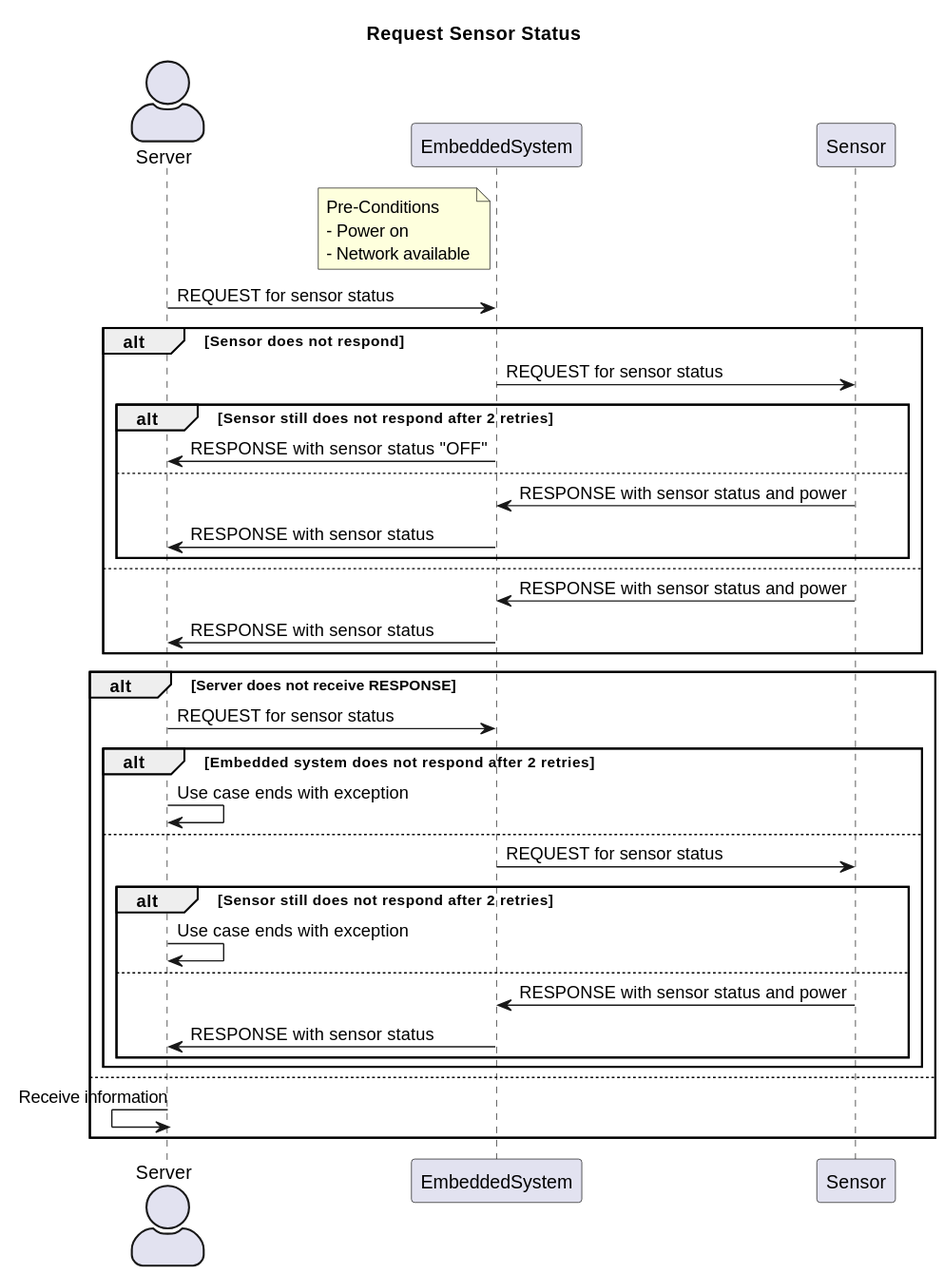
This is project/RA/UseCasePack/SequenceDiagram/RequestSensorStatus.svg from DSD-PIrates/DSD-PIrates.github.io, a PlantUML export, as it was before one commit. The source it was exported from:
```plantuml
@startuml
title Request Sensor Status
skinparam actorStyle awesome
actor Server
participant EmbeddedSystem
participant Sensor

note left of EmbeddedSystem: Pre-Conditions\n- Power on\n- Network available

Server -> EmbeddedSystem: REQUEST for sensor status

alt Sensor does not respond
    EmbeddedSystem -> Sensor: REQUEST for sensor status
    alt Sensor still does not respond after 2 retries
        EmbeddedSystem -> Server: RESPONSE with sensor status "OFF"
    else
        Sensor -> EmbeddedSystem: RESPONSE with sensor status and power
        EmbeddedSystem -> Server: RESPONSE with sensor status
    end
else
    Sensor -> EmbeddedSystem: RESPONSE with sensor status and power
    EmbeddedSystem -> Server: RESPONSE with sensor status
end

alt Server does not receive RESPONSE
    Server -> EmbeddedSystem: REQUEST for sensor status
    alt Embedded system does not respond after 2 retries
        Server -> Server: Use case ends with exception
    else
        EmbeddedSystem -> Sensor: REQUEST for sensor status
        alt Sensor still does not respond after 2 retries
            Server -> Server: Use case ends with exception
        else
            Sensor -> EmbeddedSystem: RESPONSE with sensor status and power
            EmbeddedSystem -> Server: RESPONSE with sensor status
        end
    end
else
    Server <- Server: Receive information
end
@enduml
```
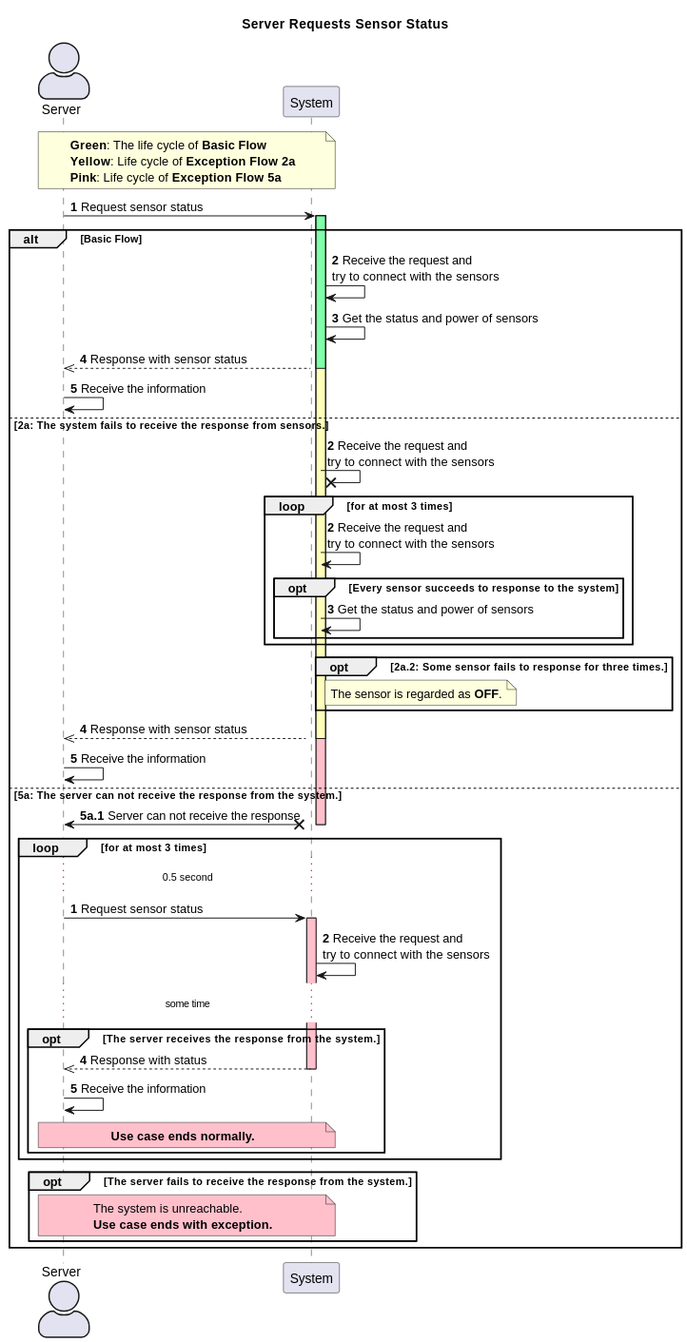
The same diagram one commit later.

The edit, as a diff of the source:
```diff
@@ -1,41 +1,68 @@
 @startuml
-title Request Sensor Status
+title Server Requests Sensor Status
 skinparam actorStyle awesome
 actor Server
-participant EmbeddedSystem
-participant Sensor
+participant System
+note over Server, System
+    **Green**: The life cycle of **Basic Flow**
+    **Yellow**: Life cycle of **Exception Flow 2a**
+    **Pink**: Life cycle of **Exception Flow 5a**
+end note
+Server -> System: **1** Request sensor status
+activate System #PINK
+activate System #FFB
+activate System #7FFFAA
 
-note left of EmbeddedSystem: Pre-Conditions\n- Power on\n- Network available
 
-Server -> EmbeddedSystem: REQUEST for sensor status
+alt Basic Flow
+    System -> System: **2** Receive the request and \ntry to connect with the sensors
 
-alt Sensor does not respond
-    EmbeddedSystem -> Sensor: REQUEST for sensor status
-    alt Sensor still does not respond after 2 retries
-        EmbeddedSystem -> Server: RESPONSE with sensor status "OFF"
-    else
-        Sensor -> EmbeddedSystem: RESPONSE with sensor status and power
-        EmbeddedSystem -> Server: RESPONSE with sensor status
-    end
-else
-    Sensor -> EmbeddedSystem: RESPONSE with sensor status and power
-    EmbeddedSystem -> Server: RESPONSE with sensor status
-end
+    System -> System: **3** Get the status and power of sensors
 
-alt Server does not receive RESPONSE
-    Server -> EmbeddedSystem: REQUEST for sensor status
-    alt Embedded system does not respond after 2 retries
-        Server -> Server: Use case ends with exception
-    else
-        EmbeddedSystem -> Sensor: REQUEST for sensor status
-        alt Sensor still does not respond after 2 retries
-            Server -> Server: Use case ends with exception
-        else
-            Sensor -> EmbeddedSystem: RESPONSE with sensor status and power
-            EmbeddedSystem -> Server: RESPONSE with sensor status
+    System -->> Server: **4** Response with sensor status
+    deactivate System
+    Server -> Server: **5** Receive the information
+else 2a: The system fails to receive the response from sensors.
+    System ->x System: **2** Receive the request and \ntry to connect with the sensors
+    loop for at most 3 times
+        System -> System: **2** Receive the request and \ntry to connect with the sensors
+
+        opt Every sensor succeeds to response to the system
+            System -> System: **3** Get the status and power of sensors
         end
     end
-else
-    Server <- Server: Receive information
+    opt 2a.2: Some sensor fails to response for three times.
+        note right of System
+            The sensor is regarded as **OFF**.
+        end note
+    end
+    System -->> Server: **4** Response with sensor status
+    deactivate System
+    Server -> Server: **5** Receive the information
+
+else 5a: The server can not receive the response from the system.
+    System x-> Server: **5a.1** Server can not receive the response
+    deactivate System
+    loop for at most 3 times
+        ...0.5 second...
+        {start} Server -> System: **1** Request sensor status
+        activate System #PINK
+        System -> System: **2** Receive the request and \ntry to connect with the sensors
+        ...some time...
+        opt The server receives the response from the system.
+            {end} System -->> Server: **4** Response with status
+            deactivate System
+            Server -> Server: **5** Receive the information
+            note over System, Server #PINK
+                **Use case ends normally.**
+            end note
+        end
+    end
+    opt The server fails to receive the response from the system.
+        note over System, Server #PINK
+            The system is unreachable.
+            **Use case ends with exception.**
+        end note
+    end
 end
 @enduml
```
